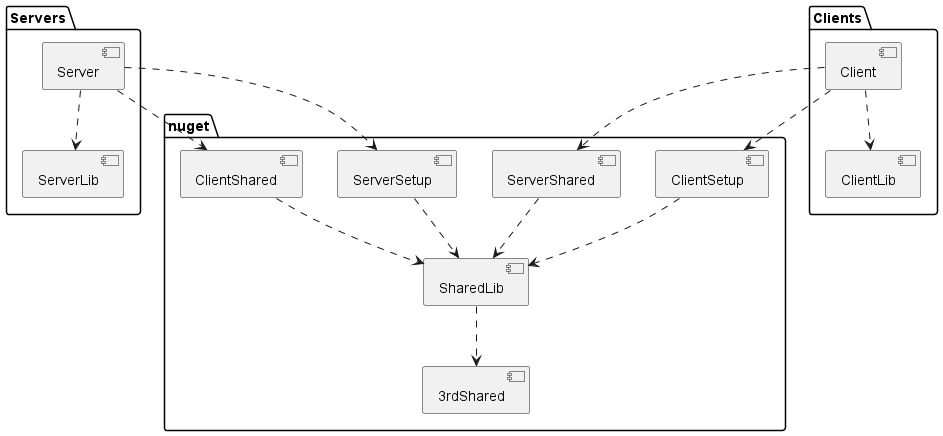
This is mana-structure/out/Dependency-ideas/Dependency-ideas.png from BugLordTO/cart-ideas, a PlantUML export, as it was before one commit.
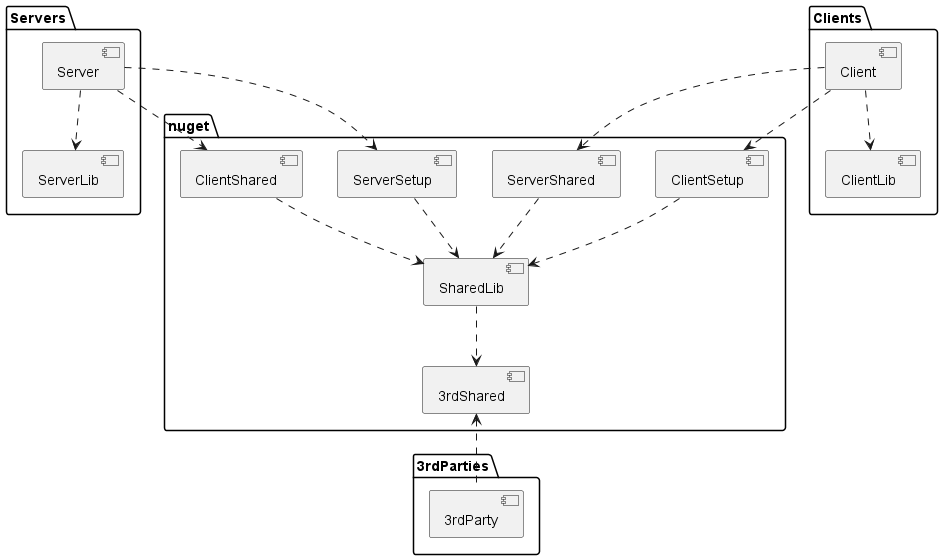
After the commit.

Diff of the diagram source:
```diff
@@ -16,6 +16,10 @@
     [Client]
     [ClientLib]
 }
+package 3rdParties {
+    [3rdParty]
+    [ClientLib]
+}
 
 [Server] ..> [ClientShared]
 [Server] ..> [ServerSetup]
@@ -30,5 +34,6 @@
 [ClientSetup] ..> [SharedLib]
 
 [SharedLib] ..> [3rdShared]
+[3rdShared] <.. [3rdParty]
 
 @enduml
```
